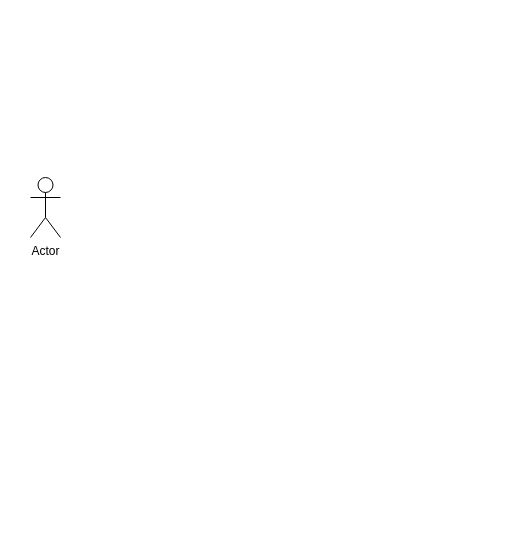
Earlier version of the draw.io diagram use-case-diagram_ AERY.drawio (ahmrh/diagrams.net). Source tidied: cells renumbered, new cells numbered last; positions are measured from the earlier drawing's top-left corner, leaving out a move shared by most shapes. Both pictures are drawn from the tidied source at 100%, with x=0, y=0 at pixel (30, 177).
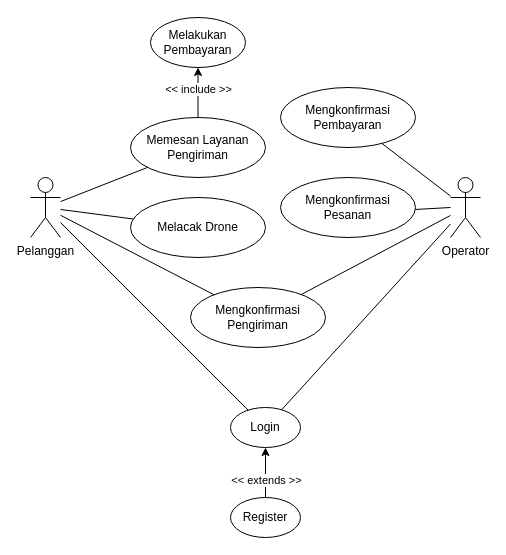
The same diagram, later.

The edit, as a diff of the source:
```diff
@@
-    <mxCell id="2" value="Actor" style="shape=umlActor;verticalLabelPosition=bottom;verticalAlign=top;html=1;outlineConnect=0;" parent="1" vertex="1">
+    <mxCell id="2" value="Pelanggan" style="shape=umlActor;verticalLabelPosition=bottom;verticalAlign=top;html=1;outlineConnect=0;" parent="1" vertex="1">
       <mxGeometry width="30" height="60" as="geometry" />
     </mxCell>
+    <mxCell id="3" value="Operator" style="shape=umlActor;verticalLabelPosition=bottom;verticalAlign=top;html=1;outlineConnect=0;" parent="1" vertex="1">
+      <mxGeometry x="420" width="30" height="60" as="geometry" />
+    </mxCell>
+    <mxCell id="4" value="Memesan Layanan Pengiriman" style="ellipse;whiteSpace=wrap;html=1;" parent="1" vertex="1">
+      <mxGeometry x="100" y="-60" width="135" height="60" as="geometry" />
+    </mxCell>
+    <mxCell id="5" value="Login" style="ellipse;whiteSpace=wrap;html=1;" parent="1" vertex="1">
+      <mxGeometry x="200" y="230" width="70" height="40" as="geometry" />
+    </mxCell>
+    <mxCell id="6" value="Register" style="ellipse;whiteSpace=wrap;html=1;" parent="1" vertex="1">
+      <mxGeometry x="200" y="320" width="70" height="40" as="geometry" />
+    </mxCell>
+    <mxCell id="7" style="endArrow=classic;html=1;rounded=0;exitX=0.5;exitY=0;exitDx=0;exitDy=0;" parent="1" edge="1" source="6" target="5">
+      <mxGeometry relative="1" as="geometry" />
+    </mxCell>
+    <mxCell id="8" value="&amp;lt;&amp;lt; extends &amp;gt;&amp;gt;" style="edgeLabel;html=1;align=center;verticalAlign=middle;" parent="7" vertex="1">
+      <mxGeometry x="0.46" y="3" relative="1" as="geometry">
+        <mxPoint x="3" y="19" as="offset" />
+      </mxGeometry>
+    </mxCell>
+    <mxCell id="9" style="endArrow=none;html=1;rounded=0;" parent="1" edge="1" source="5" target="2">
+      <mxGeometry relative="1" as="geometry" />
+    </mxCell>
+    <mxCell id="10" style="endArrow=none;html=1;rounded=0;" parent="1" edge="1" source="5" target="3">
+      <mxGeometry relative="1" as="geometry" />
+    </mxCell>
+    <mxCell id="11" style="endArrow=none;html=1;rounded=0;" parent="1" edge="1" source="4" target="2">
+      <mxGeometry relative="1" as="geometry" />
+    </mxCell>
+    <mxCell id="12" value="Mengkonfirmasi Pesanan" style="ellipse;whiteSpace=wrap;html=1;" parent="1" vertex="1">
+      <mxGeometry x="250" width="135" height="60" as="geometry" />
+    </mxCell>
+    <mxCell id="13" value="Melakukan Pembayaran" style="ellipse;whiteSpace=wrap;html=1;" parent="1" vertex="1">
+      <mxGeometry x="120" y="-160" width="95" height="50" as="geometry" />
+    </mxCell>
+    <mxCell id="14" style="endArrow=classic;html=1;rounded=0;" parent="1" edge="1" source="4" target="13">
+      <mxGeometry relative="1" as="geometry" />
+    </mxCell>
+    <mxCell id="15" value="&amp;lt;&amp;lt; include &amp;gt;&amp;gt;" style="edgeLabel;html=1;align=center;verticalAlign=middle;" parent="14" vertex="1">
+      <mxGeometry x="0.46" y="3" relative="1" as="geometry">
+        <mxPoint x="3" y="8" as="offset" />
+      </mxGeometry>
+    </mxCell>
+    <mxCell id="16" style="endArrow=none;html=1;rounded=0;" parent="1" edge="1" source="17" target="2">
+      <mxGeometry relative="1" as="geometry" />
+    </mxCell>
+    <mxCell id="17" value="Melacak Drone" style="ellipse;whiteSpace=wrap;html=1;" parent="1" vertex="1">
+      <mxGeometry x="100" y="20" width="135" height="60" as="geometry" />
+    </mxCell>
+    <mxCell id="18" value="Mengkonfirmasi Pembayaran" style="ellipse;whiteSpace=wrap;html=1;" parent="1" vertex="1">
+      <mxGeometry x="250" y="-90" width="135" height="60" as="geometry" />
+    </mxCell>
+    <mxCell id="19" style="endArrow=none;html=1;rounded=0;" parent="1" edge="1" source="12" target="3">
+      <mxGeometry relative="1" as="geometry" />
+    </mxCell>
+    <mxCell id="20" style="endArrow=none;html=1;rounded=0;" parent="1" edge="1" source="18" target="3">
+      <mxGeometry relative="1" as="geometry" />
+    </mxCell>
+    <mxCell id="21" value="Mengkonfirmasi Pengiriman" style="ellipse;whiteSpace=wrap;html=1;" parent="1" vertex="1">
+      <mxGeometry x="160" y="110" width="135" height="60" as="geometry" />
+    </mxCell>
+    <mxCell id="22" style="endArrow=none;html=1;rounded=0;" parent="1" edge="1" source="21" target="2">
+      <mxGeometry relative="1" as="geometry" />
+    </mxCell>
+    <mxCell id="23" style="endArrow=none;html=1;rounded=0;" parent="1" edge="1" source="3" target="21">
+      <mxGeometry relative="1" as="geometry" />
+    </mxCell>
```
